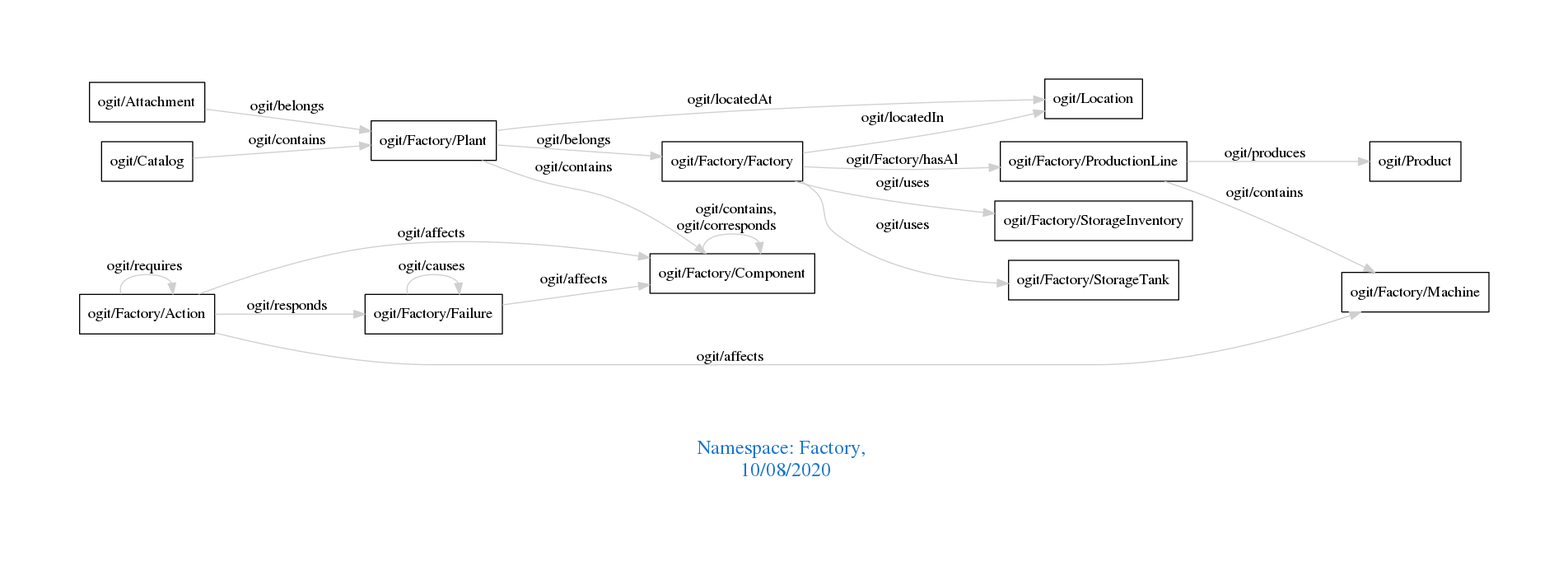
The Graphviz diagram downloads/Factory.png in arago/OGIT, before a commit. Its source is kept beside it as downloads/Factory.dot.
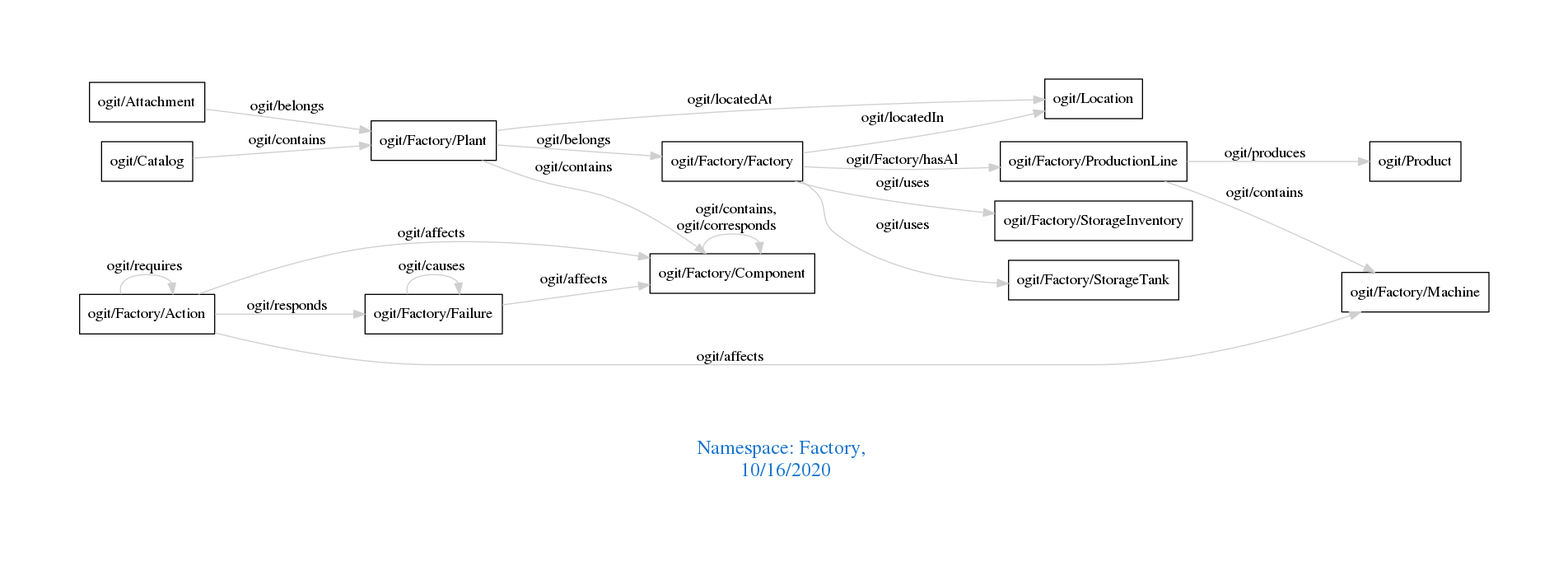
The same file after the commit.

What changed in the source:
```diff
@@ -1,7 +1,7 @@
 digraph OGIT_ontology {
  graph [ rankdir= LR,pad=1
 fontsize = 18,
-fontcolor= dodgerblue3,label = "\n\n\nNamespace: Factory, \n 10/08/2020"];
+fontcolor= dodgerblue3,label = "\n\n\nNamespace: Factory, \n 10/16/2020"];
 node[shape=polygon];
 edge [  color="gray81"];
 
```
